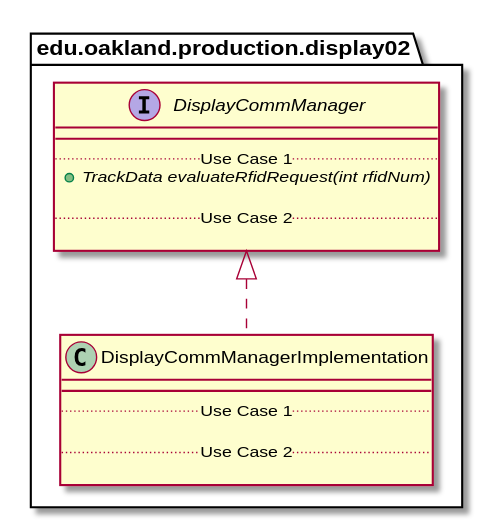
Above: docs/uml-class-diagrams/display02/production/DisplayCommManagerImplementation/DisplayCommManagerImplementation_DirectDependencies.svg in elilley15/csi-3370-software-project (PlantUML), before the change. The source it was exported from:
```plantuml
@startuml DisplayCommManagerImplementation_DirectDependencies


package edu.oakland.production.display02 {
    class DisplayCommManagerImplementation {
        __
        .. Use Case 1 ..

        .. Use Case 2 ..

    }
}



package edu.oakland.production.display02 {
    interface DisplayCommManager {
        __
        .. Use Case 1 ..
        {abstract} + TrackData evaluateRfidRequest(int rfidNum)

        .. Use Case 2 ..

    }
}

DisplayCommManagerImplementation .up.|> DisplayCommManager





@enduml
```
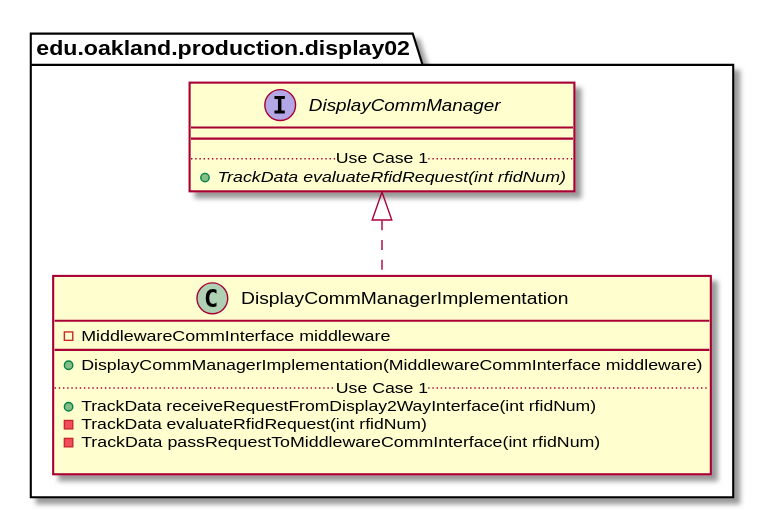
Later version of the same file.

Diff of the diagram source:
```diff
@@ -3,10 +3,13 @@
 
 package edu.oakland.production.display02 {
     class DisplayCommManagerImplementation {
+        - MiddlewareCommInterface middleware
         __
+        + DisplayCommManagerImplementation(MiddlewareCommInterface middleware)
         .. Use Case 1 ..
-
-        .. Use Case 2 ..
+        + TrackData receiveRequestFromDisplay2WayInterface(int rfidNum)
+        - TrackData evaluateRfidRequest(int rfidNum)
+        - TrackData passRequestToMiddlewareCommInterface(int rfidNum)
 
     }
 }
@@ -18,9 +21,6 @@
         __
         .. Use Case 1 ..
         {abstract} + TrackData evaluateRfidRequest(int rfidNum)
-
-        .. Use Case 2 ..
-
     }
 }
 
```
